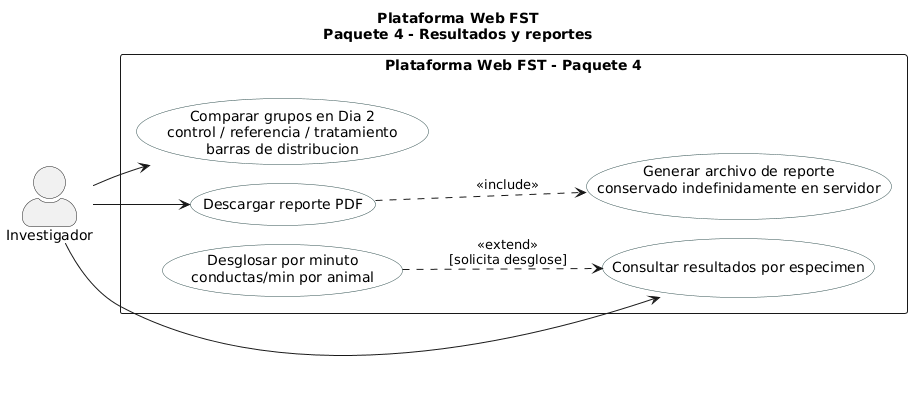
This is figures/mermaid/cu_paquete4.png from ErickJester/fst-ai-system-latex, a PlantUML export, as it was before one commit.
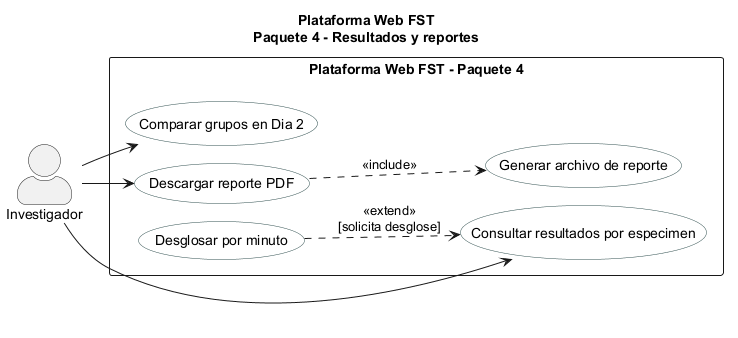
Later version of the same file.

Diff of the diagram source:
```diff
@@ -11,10 +11,10 @@
 actor "Investigador" as INV
 rectangle "Plataforma Web FST - Paquete 4" {
   usecase "Consultar resultados por especimen" as UC41
-  usecase "Desglosar por minuto\nconductas/min por animal" as UC42
-  usecase "Comparar grupos en Dia 2\ncontrol / referencia / tratamiento\nbarras de distribucion" as UC43
+  usecase "Desglosar por minuto" as UC42
+  usecase "Comparar grupos en Dia 2" as UC43
   usecase "Descargar reporte PDF" as UC45
-  usecase "Generar archivo de reporte\nconservado indefinidamente en servidor" as UC46
+  usecase "Generar archivo de reporte" as UC46
 }
 INV --> UC41
 INV --> UC43
```
